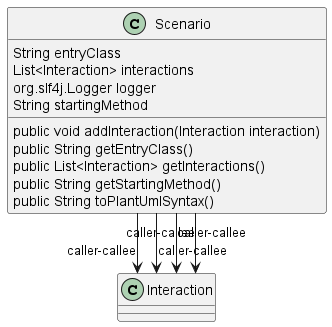
The PlantUML diagram javadoc/html/images/com_pjsoft_j2arch_uml_model_Scenario.png in jags-programming/j2arch, before a commit. Source of this version:
```plantuml
@startuml
skinparam linetype Ortho
class Scenario {
    String entryClass
    List<Interaction> interactions
    org.slf4j.Logger logger
    String startingMethod
    public void addInteraction(Interaction interaction)
    public String getEntryClass()
    public List<Interaction> getInteractions()
    public String getStartingMethod()
    public String toPlantUmlSyntax()
}
Scenario --> Interaction : caller-callee
Scenario --> Interaction : caller-callee
Scenario --> Interaction : caller-callee
Scenario --> Interaction : caller-callee
@enduml
```
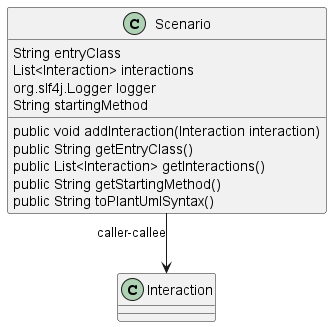
The same diagram one commit later.

What changed in the source:
```diff
@@ -12,7 +12,4 @@
     public String toPlantUmlSyntax()
 }
 Scenario --> Interaction : caller-callee
-Scenario --> Interaction : caller-callee
-Scenario --> Interaction : caller-callee
-Scenario --> Interaction : caller-callee
 @enduml
```
